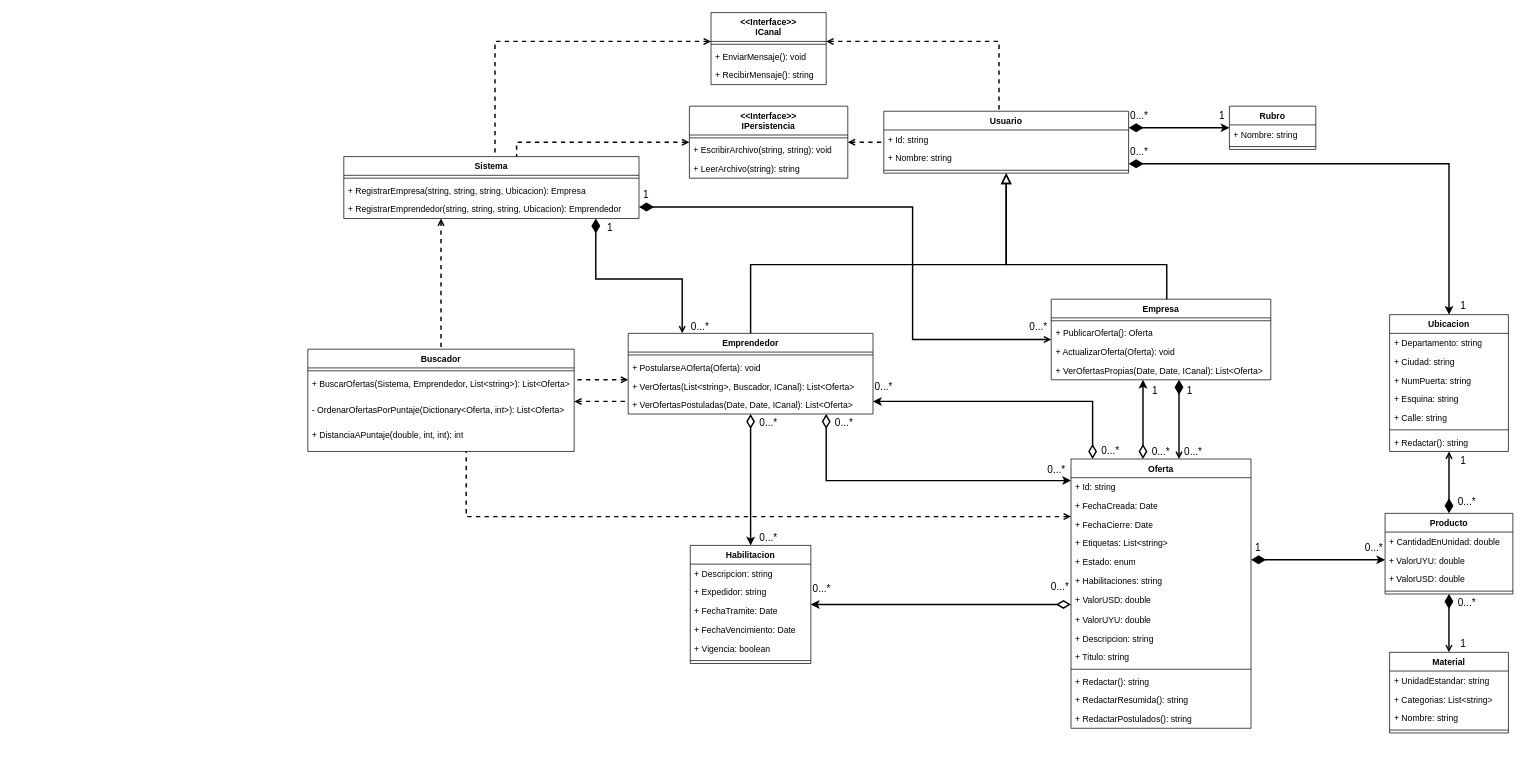
Earlier version of the draw.io diagram docs/ProyectoFinal_E13_UML(2).drawio (ucudal/PII_2021_2_Equipo13). Source tidied: cells renumbered, new cells numbered last; positions are measured from the earlier drawing's top-left corner, leaving out a move shared by most shapes. Both pictures are drawn from the tidied source at 72%, with x=0, y=0 at pixel (307, 12).
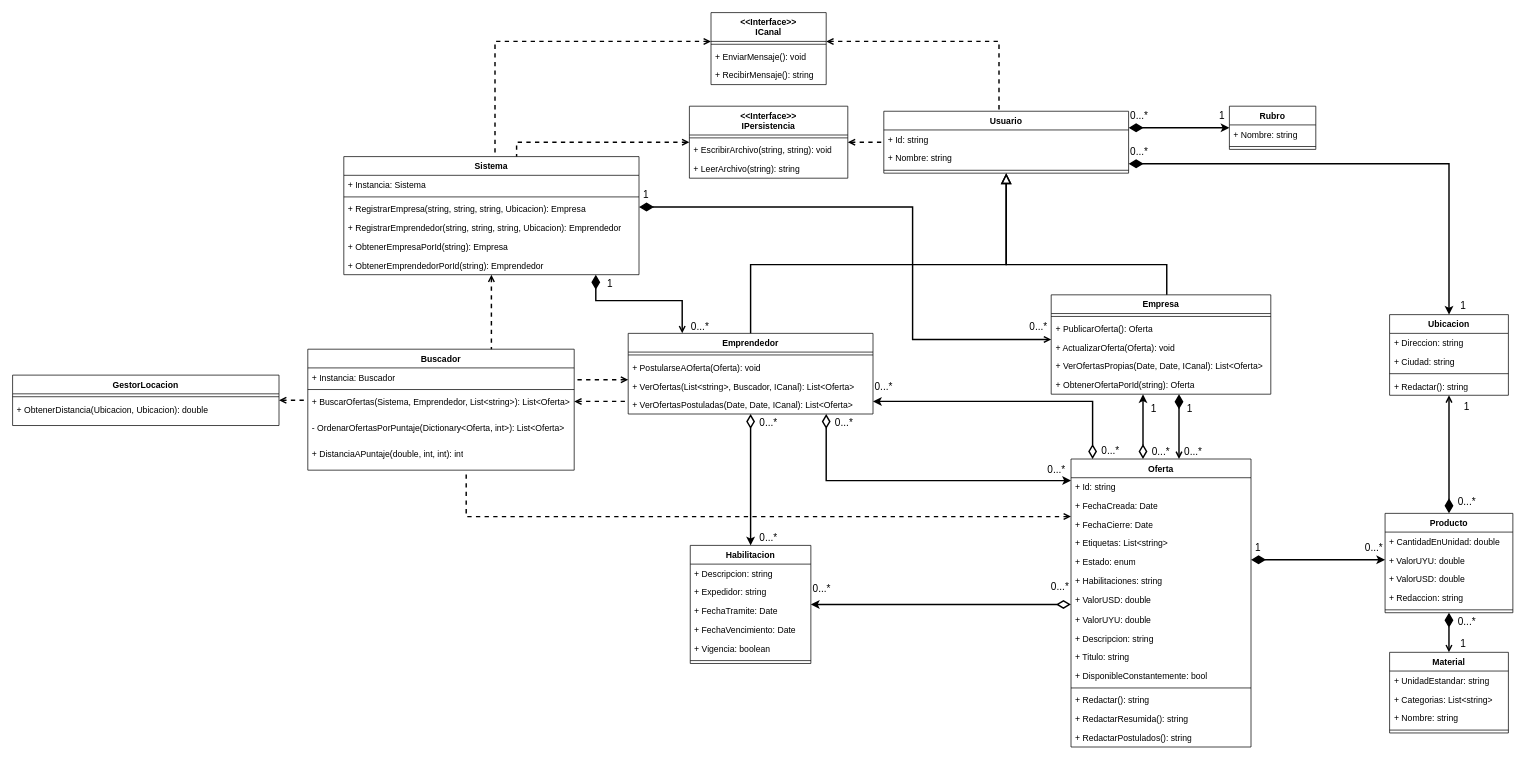
Above is the later version.

The change refers to these unchanged cells:
```xml
<mxCell id="23" value="Emprendedor" style="swimlane;fontStyle=1;align=center;verticalAlign=top;horizontal=1;startSize=26;hachureGap=4;" parent="1" vertex="1">
  <mxGeometry x="445" y="445.5" width="340" height="112" as="geometry" />
</mxCell>
```

What changed in the source:
```diff
@@
     <mxCell id="3" style="edgeStyle=orthogonalEdgeStyle;rounded=0;jettySize=auto;html=1;fontFamily=Verdana;fontSize=10;endArrow=diamondThin;endFill=1;startArrow=open;startFill=0;strokeWidth=2;endSize=15;" parent="1" edge="1" source="23" target="10">
       <mxGeometry relative="1" as="geometry">
         <Array as="points">
-          <mxPoint x="520" y="370" />
-          <mxPoint x="400" y="370" />
+          <mxPoint x="520" y="400" />
+          <mxPoint x="400" y="400" />
         </Array>
       </mxGeometry>
     </mxCell>
@@
     <mxCell id="5" value="Buscador" style="swimlane;fontStyle=1;align=center;verticalAlign=top;horizontal=1;startSize=26;hachureGap=4;" parent="1" vertex="1">
-      <mxGeometry y="467.5" width="370" height="142" as="geometry" />
+      <mxGeometry y="467.5" width="370" height="168" as="geometry" />
     </mxCell>
+    <mxCell id="125" value="+ Instancia: Buscador" style="text;strokeColor=none;fillColor=none;align=left;verticalAlign=top;spacingLeft=4;spacingRight=4;overflow=hidden;" parent="5" vertex="1">
+      <mxGeometry y="26" width="370" height="26" as="geometry" />
+    </mxCell>
     <mxCell id="6" style="line;strokeWidth=1;fillColor=none;align=left;verticalAlign=middle;spacingTop=-1;spacingLeft=3;spacingRight=3;labelPosition=right;" parent="5" vertex="1">
-      <mxGeometry y="26" width="370" height="8" as="geometry" />
+      <mxGeometry y="52" width="370" height="8" as="geometry" />
     </mxCell>
     <mxCell id="7" value="+ BuscarOfertas(Sistema, Emprendedor, List&amp;lt;string&amp;gt;): List&amp;lt;Oferta&amp;gt;" style="text;html=1;strokeColor=none;fillColor=none;align=left;verticalAlign=top;spacingLeft=4;spacingRight=4;whiteSpace=wrap;overflow=hidden;" parent="5" vertex="1">
-      <mxGeometry y="34" width="370" height="36" as="geometry" />
+      <mxGeometry y="60" width="370" height="36" as="geometry" />
     </mxCell>
     <mxCell id="8" value="- OrdenarOfertasPorPuntaje(Dictionary&amp;lt;Oferta, int&amp;gt;): List&amp;lt;Oferta&amp;gt;" style="text;html=1;strokeColor=none;fillColor=none;align=left;verticalAlign=top;spacingLeft=4;spacingRight=4;whiteSpace=wrap;overflow=hidden;" parent="5" vertex="1">
-      <mxGeometry y="70" width="370" height="36" as="geometry" />
+      <mxGeometry y="96" width="370" height="36" as="geometry" />
     </mxCell>
     <mxCell id="9" value="+ DistanciaAPuntaje(double, int, int): int" style="text;html=1;strokeColor=none;fillColor=none;align=left;verticalAlign=top;spacingLeft=4;spacingRight=4;whiteSpace=wrap;overflow=hidden;" parent="5" vertex="1">
-      <mxGeometry y="106" width="370" height="36" as="geometry" />
+      <mxGeometry y="132" width="370" height="36" as="geometry" />
     </mxCell>
     <mxCell id="10" value="Sistema&#10;" style="swimlane;fontStyle=1;align=center;verticalAlign=top;horizontal=1;startSize=26;hachureGap=4;" parent="1" vertex="1">
-      <mxGeometry x="50" y="200" width="410" height="86" as="geometry" />
+      <mxGeometry x="50" y="200" width="410" height="164" as="geometry" />
     </mxCell>
+    <mxCell id="126" value="+ Instancia: Sistema" style="text;strokeColor=none;fillColor=none;align=left;verticalAlign=top;spacingLeft=4;spacingRight=4;overflow=hidden;" parent="10" vertex="1">
+      <mxGeometry y="26" width="410" height="26" as="geometry" />
+    </mxCell>
     <mxCell id="11" style="line;strokeWidth=1;fillColor=none;align=left;verticalAlign=middle;spacingTop=-1;spacingLeft=3;spacingRight=3;labelPosition=right;" parent="10" vertex="1">
-      <mxGeometry y="26" width="410" height="8" as="geometry" />
+      <mxGeometry y="52" width="410" height="8" as="geometry" />
     </mxCell>
     <mxCell id="12" value="+ RegistrarEmpresa(string, string, string, Ubicacion): Empresa" style="text;strokeColor=none;fillColor=none;align=left;verticalAlign=top;spacingLeft=4;spacingRight=4;overflow=hidden;" parent="10" vertex="1">
-      <mxGeometry y="34" width="410" height="26" as="geometry" />
+      <mxGeometry y="60" width="410" height="26" as="geometry" />
     </mxCell>
+    <mxCell id="127" value="+ RegistrarEmprendedor(string, string, string, Ubicacion): Emprendedor" style="text;strokeColor=none;fillColor=none;align=left;verticalAlign=top;spacingLeft=4;spacingRight=4;overflow=hidden;" parent="10" vertex="1">
+      <mxGeometry y="86" width="410" height="26" as="geometry" />
+    </mxCell>
-    <mxCell id="13" value="+ RegistrarEmprendedor(string, string, string, Ubicacion): Emprendedor" style="text;strokeColor=none;fillColor=none;align=left;verticalAlign=top;spacingLeft=4;spacingRight=4;overflow=hidden;" parent="10" vertex="1">
-      <mxGeometry y="60" width="410" height="26" as="geometry" />
+    <mxCell id="13" value="+ ObtenerEmpresaPorId(string): Empresa" style="text;strokeColor=none;fillColor=none;align=left;verticalAlign=top;spacingLeft=4;spacingRight=4;overflow=hidden;" parent="10" vertex="1">
+      <mxGeometry y="112" width="410" height="26" as="geometry" />
     </mxCell>
+    <mxCell id="128" value="+ ObtenerEmprendedorPorId(string): Emprendedor" style="text;strokeColor=none;fillColor=none;align=left;verticalAlign=top;spacingLeft=4;spacingRight=4;overflow=hidden;" parent="10" vertex="1">
+      <mxGeometry y="138" width="410" height="26" as="geometry" />
+    </mxCell>
     <mxCell id="14" value="Empresa" style="swimlane;fontStyle=1;align=center;verticalAlign=top;horizontal=1;startSize=26;hachureGap=4;" parent="1" vertex="1">
-      <mxGeometry x="1032.5" y="398" width="305" height="112" as="geometry" />
+      <mxGeometry x="1032.5" y="392" width="305" height="138" as="geometry" />
     </mxCell>
@@
+    <mxCell id="129" value="+ ObtenerOfertaPorId(string): Oferta" style="text;html=1;strokeColor=none;fillColor=none;align=left;verticalAlign=top;spacingLeft=4;spacingRight=4;whiteSpace=wrap;overflow=hidden;" parent="14" vertex="1">
+      <mxGeometry y="112" width="305" height="26" as="geometry" />
+    </mxCell>
@@
     <mxCell id="28" value="Oferta" style="swimlane;fontStyle=1;align=center;verticalAlign=top;horizontal=1;startSize=26;hachureGap=4;" parent="1" vertex="1">
-      <mxGeometry x="1060" y="620" width="250" height="374" as="geometry" />
+      <mxGeometry x="1060" y="620" width="250" height="400" as="geometry" />
     </mxCell>
@@
+    <mxCell id="130" value="+ DisponibleConstantemente: bool" style="text;strokeColor=none;fillColor=none;align=left;verticalAlign=top;spacingLeft=4;spacingRight=4;overflow=hidden;" parent="28" vertex="1">
+      <mxGeometry y="288" width="250" height="26" as="geometry" />
+    </mxCell>
     <mxCell id="39" style="line;strokeWidth=1;fillColor=none;align=left;verticalAlign=middle;spacingTop=-1;spacingLeft=3;spacingRight=3;labelPosition=right;" parent="28" vertex="1">
-      <mxGeometry y="288" width="250" height="8" as="geometry" />
+      <mxGeometry y="314" width="250" height="8" as="geometry" />
     </mxCell>
     <mxCell id="40" value="+ Redactar(): string" style="text;html=1;strokeColor=none;fillColor=none;align=left;verticalAlign=top;spacingLeft=4;spacingRight=4;whiteSpace=wrap;overflow=hidden;" parent="28" vertex="1">
-      <mxGeometry y="296" width="250" height="26" as="geometry" />
+      <mxGeometry y="322" width="250" height="26" as="geometry" />
     </mxCell>
     <mxCell id="41" value="+ RedactarResumida(): string" style="text;html=1;strokeColor=none;fillColor=none;align=left;verticalAlign=top;spacingLeft=4;spacingRight=4;whiteSpace=wrap;overflow=hidden;" parent="28" vertex="1">
-      <mxGeometry y="322" width="250" height="26" as="geometry" />
+      <mxGeometry y="348" width="250" height="26" as="geometry" />
     </mxCell>
     <mxCell id="42" value="+ RedactarPostulados(): string" style="text;html=1;strokeColor=none;fillColor=none;align=left;verticalAlign=top;spacingLeft=4;spacingRight=4;whiteSpace=wrap;overflow=hidden;" parent="28" vertex="1">
-      <mxGeometry y="348" width="250" height="26" as="geometry" />
+      <mxGeometry y="374" width="250" height="26" as="geometry" />
     </mxCell>
@@
     <mxCell id="44" value="Producto" style="swimlane;fontStyle=1;align=center;verticalAlign=top;horizontal=1;startSize=26;hachureGap=4;" parent="1" vertex="1">
-      <mxGeometry x="1496.2" y="695.5" width="177.5" height="112" as="geometry" />
+      <mxGeometry x="1496.2" y="695.5" width="177.5" height="138" as="geometry" />
     </mxCell>
@@
+    <mxCell id="131" value="+ Redaccion: string" style="text;html=1;strokeColor=none;fillColor=none;align=left;verticalAlign=top;spacingLeft=4;spacingRight=4;whiteSpace=wrap;overflow=hidden;" parent="44" vertex="1">
+      <mxGeometry y="104" width="177.5" height="26" as="geometry" />
+    </mxCell>
     <mxCell id="48" style="line;strokeWidth=1;fillColor=none;align=left;verticalAlign=middle;spacingTop=-1;spacingLeft=3;spacingRight=3;labelPosition=right;" parent="44" vertex="1">
-      <mxGeometry y="104" width="177.5" height="8" as="geometry" />
+      <mxGeometry y="130" width="177.5" height="8" as="geometry" />
     </mxCell>
@@
     <mxCell id="56" value="Ubicacion" style="swimlane;fontStyle=1;align=center;verticalAlign=top;horizontal=1;startSize=26;hachureGap=4;" parent="1" vertex="1">
-      <mxGeometry x="1502.5" y="419.5" width="165" height="190" as="geometry" />
+      <mxGeometry x="1502.5" y="419.5" width="165" height="112" as="geometry" />
     </mxCell>
-    <mxCell id="57" value="+ Departamento: string" style="text;html=1;strokeColor=none;fillColor=none;align=left;verticalAlign=top;spacingLeft=4;spacingRight=4;whiteSpace=wrap;overflow=hidden;" parent="56" vertex="1">
+    <mxCell id="57" value="+ Direccion: string" style="text;html=1;strokeColor=none;fillColor=none;align=left;verticalAlign=top;spacingLeft=4;spacingRight=4;whiteSpace=wrap;overflow=hidden;" parent="56" vertex="1">
       <mxGeometry y="26" width="165" height="26" as="geometry" />
     </mxCell>
@@
-    <mxCell id="59" value="+ NumPuerta: string" style="text;html=1;strokeColor=none;fillColor=none;align=left;verticalAlign=top;spacingLeft=4;spacingRight=4;whiteSpace=wrap;overflow=hidden;" parent="56" vertex="1">
-      <mxGeometry y="78" width="165" height="26" as="geometry" />
-    </mxCell>
-    <mxCell id="60" value="+ Esquina: string" style="text;html=1;strokeColor=none;fillColor=none;align=left;verticalAlign=top;spacingLeft=4;spacingRight=4;whiteSpace=wrap;overflow=hidden;" parent="56" vertex="1">
-      <mxGeometry y="104" width="165" height="26" as="geometry" />
-    </mxCell>
-    <mxCell id="61" value="+ Calle: string" style="text;html=1;strokeColor=none;fillColor=none;align=left;verticalAlign=top;spacingLeft=4;spacingRight=4;whiteSpace=wrap;overflow=hidden;" parent="56" vertex="1">
-      <mxGeometry y="130" width="165" height="26" as="geometry" />
-    </mxCell>
     <mxCell id="62" style="line;strokeWidth=1;fillColor=none;align=left;verticalAlign=middle;spacingTop=-1;spacingLeft=3;spacingRight=3;labelPosition=right;" parent="56" vertex="1">
-      <mxGeometry y="156" width="165" height="8" as="geometry" />
+      <mxGeometry y="78" width="165" height="8" as="geometry" />
     </mxCell>
     <mxCell id="63" value="+ Redactar(): string" style="text;html=1;strokeColor=none;fillColor=none;align=left;verticalAlign=top;spacingLeft=4;spacingRight=4;whiteSpace=wrap;overflow=hidden;" parent="56" vertex="1">
-      <mxGeometry y="164" width="165" height="26" as="geometry" />
+      <mxGeometry y="86" width="165" height="26" as="geometry" />
     </mxCell>
@@
     <mxCell id="71" value="1" style="text;html=1;strokeColor=none;fillColor=none;align=center;verticalAlign=middle;whiteSpace=wrap;rounded=0;hachureGap=4;fontSize=14;" parent="1" vertex="1">
-      <mxGeometry x="1215.1" y="512.5" width="20" height="25" as="geometry" />
+      <mxGeometry x="1215.1" y="537.5" width="20" height="25" as="geometry" />
     </mxCell>
@@
     <mxCell id="75" value="1" style="text;html=1;strokeColor=none;fillColor=none;align=center;verticalAlign=middle;whiteSpace=wrap;rounded=0;hachureGap=4;fontSize=14;" parent="1" vertex="1">
-      <mxGeometry x="1595" y="609.5" width="20" height="25" as="geometry" />
+      <mxGeometry x="1600" y="535" width="20" height="25" as="geometry" />
     </mxCell>
@@
     <mxCell id="77" value="0...*" style="text;html=1;strokeColor=none;fillColor=none;align=center;verticalAlign=middle;whiteSpace=wrap;rounded=0;hachureGap=4;fontSize=14;" parent="1" vertex="1">
-      <mxGeometry x="1595" y="807.5" width="30" height="25" as="geometry" />
+      <mxGeometry x="1595" y="833.5" width="30" height="25" as="geometry" />
     </mxCell>
@@
     <mxCell id="83" value="1" style="text;html=1;strokeColor=none;fillColor=none;align=center;verticalAlign=middle;whiteSpace=wrap;rounded=0;hachureGap=4;fontSize=14;" parent="1" vertex="1">
-      <mxGeometry x="410" y="286" width="20" height="25" as="geometry" />
+      <mxGeometry x="410" y="364" width="20" height="25" as="geometry" />
     </mxCell>
@@
     <mxCell id="110" value="1" style="text;html=1;strokeColor=none;fillColor=none;align=center;verticalAlign=middle;whiteSpace=wrap;rounded=0;hachureGap=4;fontSize=14;" parent="1" vertex="1">
-      <mxGeometry x="1167" y="512.5" width="20" height="25" as="geometry" />
+      <mxGeometry x="1165" y="537.5" width="20" height="25" as="geometry" />
     </mxCell>
@@
+    <mxCell id="132" value="GestorLocacion" style="swimlane;fontStyle=1;align=center;verticalAlign=top;horizontal=1;startSize=26;hachureGap=4;" parent="1" vertex="1">
+      <mxGeometry x="-410" y="503.5" width="370" height="70" as="geometry" />
+    </mxCell>
+    <mxCell id="133" style="line;strokeWidth=1;fillColor=none;align=left;verticalAlign=middle;spacingTop=-1;spacingLeft=3;spacingRight=3;labelPosition=right;" parent="132" vertex="1">
+      <mxGeometry y="26" width="370" height="8" as="geometry" />
+    </mxCell>
+    <mxCell id="134" value="+ ObtenerDistancia(Ubicacion, Ubicacion): double" style="text;html=1;strokeColor=none;fillColor=none;align=left;verticalAlign=top;spacingLeft=4;spacingRight=4;whiteSpace=wrap;overflow=hidden;" parent="132" vertex="1">
+      <mxGeometry y="34" width="370" height="36" as="geometry" />
+    </mxCell>
+    <mxCell id="135" style="edgeStyle=orthogonalEdgeStyle;rounded=0;jettySize=auto;html=1;fontFamily=Verdana;fontSize=10;endArrow=none;endFill=0;startArrow=open;startFill=0;dashed=1;strokeWidth=2;" parent="1" edge="1" source="132" target="5">
+      <mxGeometry relative="1" as="geometry">
+        <Array as="points">
+          <mxPoint x="-20" y="538" />
+          <mxPoint x="-20" y="538" />
+        </Array>
+      </mxGeometry>
+    </mxCell>
```
